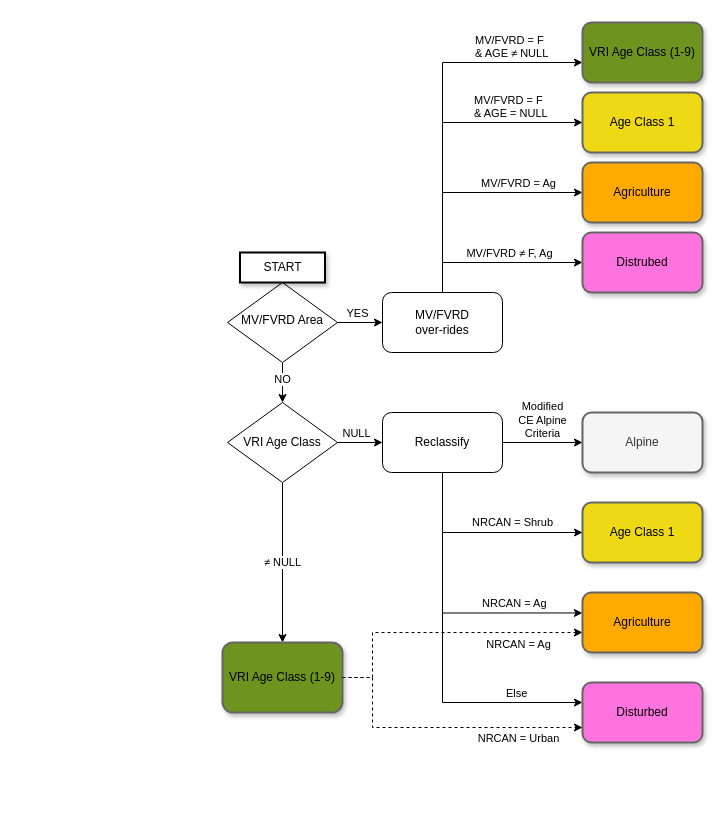
Above: ForMethods.drawio in rustyjux/rustyjux (draw.io), before the change. Source tidied: cells renumbered, new cells numbered last; positions are measured from the earlier drawing's top-left corner, leaving out a move shared by most shapes. Both pictures are drawn from the tidied source at 100%, with x=0, y=0 at pixel (222, 22).
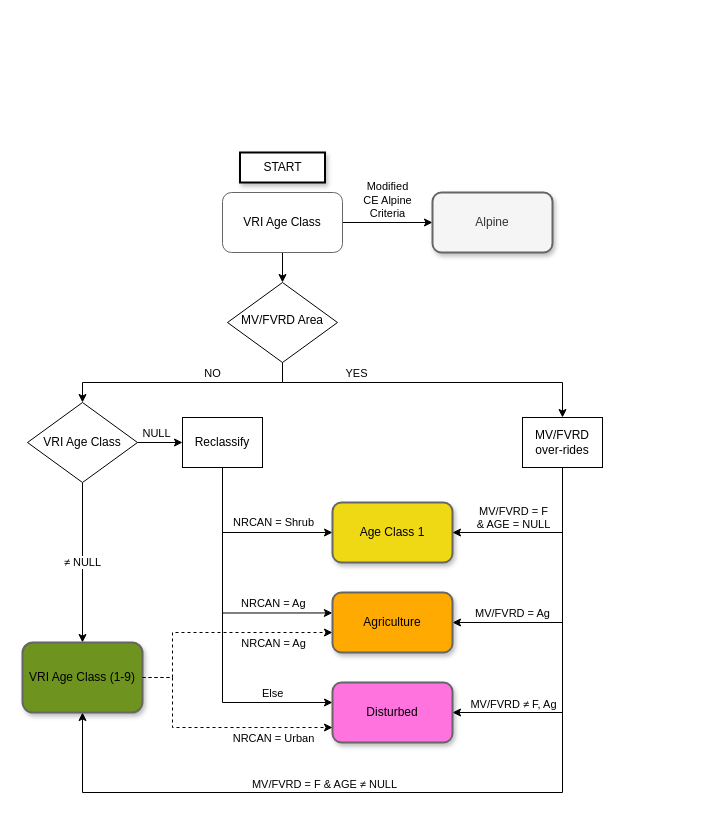
The same page after the edit.

Unchanged cells that the change refers to:
```xml
<mxCell id="17" value="MV/FVRD Area" style="rhombus;whiteSpace=wrap;html=1;shadow=0;fontFamily=Helvetica;fontSize=12;align=center;strokeWidth=1;spacing=6;spacingTop=-4;" parent="1" vertex="1">
  <mxGeometry x="5" y="260" width="110" height="80" as="geometry" />
</mxCell>
```

The edit, as a diff of the source:
```diff
@@
-    <mxCell id="2" value="Modified&lt;br&gt;CE Alpine&lt;br&gt;Criteria" style="edgeStyle=orthogonalEdgeStyle;rounded=0;jettySize=auto;html=1;verticalAlign=bottom;" parent="1" edge="1" source="6" target="7">
+    <mxCell id="2" value="Modified&lt;br&gt;CE Alpine&lt;br&gt;Criteria" style="edgeStyle=orthogonalEdgeStyle;rounded=0;jettySize=auto;html=1;verticalAlign=bottom;exitX=1;exitY=0.5;exitDx=0;exitDy=0;" parent="1" edge="1" source="36" target="7">
       <mxGeometry relative="1" as="geometry" />
     </mxCell>
     <mxCell id="3" value="NRCAN = Ag" style="edgeStyle=orthogonalEdgeStyle;rounded=0;jettySize=auto;html=1;labelPosition=right;verticalLabelPosition=top;align=left;verticalAlign=bottom;entryX=-0.001;entryY=0.341;entryDx=0;entryDy=0;entryPerimeter=0;" parent="1" edge="1" source="6" target="24">
       <mxGeometry x="0.28" relative="1" as="geometry">
         <Array as="points">
-          <mxPoint x="220" y="590" />
-          <mxPoint x="360" y="590" />
+          <mxPoint y="591" />
         </Array>
       </mxGeometry>
     </mxCell>
     <mxCell id="4" value="NRCAN = Shrub" style="edgeStyle=orthogonalEdgeStyle;rounded=0;jettySize=auto;html=1;" parent="1" edge="1" source="6" target="8">
-      <mxGeometry x="0.3" y="10" relative="1" as="geometry">
+      <mxGeometry x="0.33" y="10" relative="1" as="geometry">
         <Array as="points">
-          <mxPoint x="220" y="510" />
+          <mxPoint y="510" />
         </Array>
       </mxGeometry>
     </mxCell>
     <mxCell id="5" value="Else" style="edgeStyle=orthogonalEdgeStyle;rounded=0;jettySize=auto;html=1;labelPosition=right;verticalLabelPosition=top;align=left;verticalAlign=bottom;" parent="1" edge="1" source="6" target="25">
       <mxGeometry x="0.58" relative="1" as="geometry">
         <Array as="points">
-          <mxPoint x="220" y="680" />
+          <mxPoint y="680" />
         </Array>
       </mxGeometry>
     </mxCell>
-    <mxCell id="6" value="Reclassify" style="whiteSpace=wrap;html=1;rounded=1;" parent="1" vertex="1">
-      <mxGeometry x="160" y="390" width="120" height="60" as="geometry" />
+    <mxCell id="6" value="Reclassify" style="whiteSpace=wrap;html=1;rounded=0;" parent="1" vertex="1">
+      <mxGeometry x="-40" y="395" width="80" height="50" as="geometry" />
     </mxCell>
     <mxCell id="7" value="Alpine" style="whiteSpace=wrap;html=1;rounded=1;fillColor=#f5f5f5;fontColor=#333333;strokeColor=#666666;shadow=1;strokeWidth=2;" parent="1" vertex="1">
-      <mxGeometry x="360" y="390" width="120" height="60" as="geometry" />
+      <mxGeometry x="210" y="170" width="120" height="60" as="geometry" />
     </mxCell>
     <mxCell id="8" value="Age Class 1" style="whiteSpace=wrap;html=1;rounded=1;fillColor=#efd915;strokeColor=#666666;shadow=1;strokeWidth=2;" parent="1" vertex="1">
-      <mxGeometry x="360" y="480" width="120" height="60" as="geometry" />
+      <mxGeometry x="110" y="480" width="120" height="60" as="geometry" />
     </mxCell>
+    <mxCell id="32" style="edgeStyle=orthogonalEdgeStyle;rounded=0;jettySize=auto;html=1;exitX=0.5;exitY=1;exitDx=0;exitDy=0;entryX=1;entryY=0.5;entryDx=0;entryDy=0;" parent="1" edge="1" source="12" target="25">
+      <mxGeometry relative="1" as="geometry">
+        <Array as="points">
+          <mxPoint x="340" y="445" />
+          <mxPoint x="340" y="690" />
+        </Array>
+      </mxGeometry>
+    </mxCell>
+    <mxCell id="11" value="MV/FVRD&amp;nbsp;&lt;span style=&quot;text-align: left;&quot;&gt;≠&lt;/span&gt;&amp;nbsp;F, Ag" style="edgeLabel;html=1;align=center;verticalAlign=bottom;" parent="32" vertex="1">
+      <mxGeometry x="-0.16" relative="1" as="geometry">
+        <mxPoint x="-50" y="96" as="offset" />
+      </mxGeometry>
+    </mxCell>
-    <mxCell id="9" value="MV/FVRD = Ag" style="edgeStyle=orthogonalEdgeStyle;rounded=0;jettySize=auto;html=1;verticalAlign=bottom;labelPosition=right;verticalLabelPosition=top;align=left;" parent="1" edge="1" source="12" target="13">
-      <mxGeometry x="0.14" relative="1" as="geometry">
+    <mxCell id="9" value="&lt;span style=&quot;color: rgb(0, 0, 0); font-family: Helvetica; font-size: 11px; font-style: normal; font-variant-ligatures: normal; font-variant-caps: normal; font-weight: 400; letter-spacing: normal; orphans: 2; text-align: left; text-indent: 0px; text-transform: none; widows: 2; word-spacing: 0px; -webkit-text-stroke-width: 0px; background-color: rgb(255, 255, 255); text-decoration-thickness: initial; text-decoration-style: initial; text-decoration-color: initial; float: none; display: inline !important;&quot;&gt;MV/FVRD = Ag&lt;/span&gt;" style="edgeStyle=orthogonalEdgeStyle;rounded=0;jettySize=auto;html=1;entryX=1;entryY=0.5;entryDx=0;entryDy=0;verticalAlign=bottom;" parent="1" edge="1" source="12" target="24">
+      <mxGeometry x="0.55" relative="1" as="geometry">
         <Array as="points">
-          <mxPoint x="220" y="170" />
+          <mxPoint x="340" y="600" />
         </Array>
       </mxGeometry>
     </mxCell>
+    <mxCell id="33" style="edgeStyle=orthogonalEdgeStyle;rounded=0;jettySize=auto;html=1;exitX=0.5;exitY=1;exitDx=0;exitDy=0;entryX=1;entryY=0.5;entryDx=0;entryDy=0;" parent="1" edge="1" source="12" target="8">
+      <mxGeometry relative="1" as="geometry" />
+    </mxCell>
+    <mxCell id="26" value="&lt;span style=&quot;text-align: left;&quot;&gt;MV/FVRD = F&lt;/span&gt;&lt;br style=&quot;text-align: left;&quot;&gt;&lt;span style=&quot;text-align: left;&quot;&gt;&amp;amp; AGE = NULL&lt;/span&gt;" style="edgeLabel;html=1;align=center;verticalAlign=bottom;" parent="33" vertex="1">
+      <mxGeometry x="0.07" y="1" relative="1" as="geometry">
+        <mxPoint x="-21" y="-1" as="offset" />
+      </mxGeometry>
+    </mxCell>
+    <mxCell id="34" style="edgeStyle=orthogonalEdgeStyle;rounded=0;jettySize=auto;html=1;entryX=0.5;entryY=1;entryDx=0;entryDy=0;" parent="1" edge="1" source="12" target="23">
+      <mxGeometry relative="1" as="geometry">
+        <Array as="points">
+          <mxPoint x="340" y="770" />
+          <mxPoint x="-140" y="770" />
+        </Array>
+      </mxGeometry>
+    </mxCell>
-    <mxCell id="10" value="MV/FVRD = F&lt;br&gt;&amp;amp; AGE ≠ NULL" style="edgeStyle=orthogonalEdgeStyle;rounded=0;jettySize=auto;html=1;verticalAlign=bottom;labelPosition=right;verticalLabelPosition=top;align=left;" parent="1" edge="1" source="12" target="14">
-      <mxGeometry x="0.41" relative="1" as="geometry">
-        <Array as="points">
-          <mxPoint x="220" y="40" />
-        </Array>
+    <mxCell id="10" value="&lt;span style=&quot;text-align: left;&quot;&gt;MV/FVRD = F&amp;nbsp;&lt;/span&gt;&lt;span style=&quot;text-align: left;&quot;&gt;&amp;amp; AGE ≠ NULL&lt;/span&gt;" style="edgeLabel;html=1;align=center;verticalAlign=bottom;" parent="34" vertex="1">
+      <mxGeometry x="0.32" relative="1" as="geometry">
+        <mxPoint x="20" as="offset" />
       </mxGeometry>
     </mxCell>
-    <mxCell id="11" value="MV/FVRD&amp;nbsp;&lt;span style=&quot;text-align: left;&quot;&gt;≠&lt;/span&gt;&amp;nbsp;F, Ag" style="edgeStyle=orthogonalEdgeStyle;rounded=0;jettySize=auto;html=1;verticalAlign=bottom;" parent="1" edge="1" source="12" target="28">
-      <mxGeometry x="0.14" relative="1" as="geometry">
-        <Array as="points">
-          <mxPoint x="220" y="240" />
-        </Array>
-      </mxGeometry>
-    </mxCell>
-    <mxCell id="12" value="MV/FVRD &lt;br&gt;over-rides" style="whiteSpace=wrap;html=1;rounded=1;" parent="1" vertex="1">
-      <mxGeometry x="160" y="270" width="120" height="60" as="geometry" />
+    <mxCell id="12" value="MV/FVRD &lt;br&gt;over-rides" style="whiteSpace=wrap;html=1;rounded=0;" parent="1" vertex="1">
+      <mxGeometry x="300" y="395" width="80" height="50" as="geometry" />
     </mxCell>
-    <mxCell id="13" value="Agriculture" style="whiteSpace=wrap;html=1;rounded=1;labelBackgroundColor=none;fillColor=#ffaa00;strokeColor=#666666;shadow=1;strokeWidth=2;" parent="1" vertex="1">
-      <mxGeometry x="360" y="140" width="120" height="60" as="geometry" />
-    </mxCell>
-    <mxCell id="14" value="VRI Age Class (1-9)" style="whiteSpace=wrap;html=1;rounded=1;fillColor=#6e931e;strokeColor=#666666;shadow=1;strokeWidth=2;" parent="1" vertex="1">
-      <mxGeometry x="360" width="120" height="60" as="geometry" />
-    </mxCell>
-    <mxCell id="15" value="NO" style="edgeStyle=orthogonalEdgeStyle;rounded=0;jettySize=auto;html=1;" parent="1" edge="1" source="17" target="20">
-      <mxGeometry x="-0.15" relative="1" as="geometry">
+    <mxCell id="15" value="NO" style="edgeStyle=orthogonalEdgeStyle;rounded=0;jettySize=auto;html=1;verticalAlign=bottom;" parent="1" edge="1" source="17" target="20">
+      <mxGeometry x="-0.25" relative="1" as="geometry">
         <Array as="points">
           <mxPoint x="60" y="360" />
-          <mxPoint x="60" y="360" />
+          <mxPoint x="-140" y="360" />
         </Array>
       </mxGeometry>
     </mxCell>
-    <mxCell id="16" value="YES" style="edgeStyle=orthogonalEdgeStyle;rounded=0;jettySize=auto;html=1;verticalAlign=bottom;" parent="1" edge="1" source="17">
-      <mxGeometry x="-0.14" relative="1" as="geometry">
-        <mxPoint x="160" y="300" as="targetPoint" />
+    <mxCell id="16" value="YES" style="edgeStyle=orthogonalEdgeStyle;rounded=0;jettySize=auto;html=1;verticalAlign=bottom;entryX=0.5;entryY=0;entryDx=0;entryDy=0;" parent="1" edge="1" source="17" target="12">
+      <mxGeometry x="-0.44" relative="1" as="geometry">
+        <Array as="points">
+          <mxPoint x="60" y="360" />
+          <mxPoint x="340" y="360" />
+        </Array>
       </mxGeometry>
     </mxCell>
@@
     <mxCell id="20" value="VRI Age Class" style="rhombus;whiteSpace=wrap;html=1;labelBackgroundColor=none;" parent="1" vertex="1">
-      <mxGeometry x="5" y="380" width="110" height="80" as="geometry" />
+      <mxGeometry x="-195" y="380" width="110" height="80" as="geometry" />
     </mxCell>
     <mxCell id="21" style="edgeStyle=orthogonalEdgeStyle;rounded=0;jettySize=auto;html=1;entryX=0;entryY=0.667;entryDx=0;entryDy=0;entryPerimeter=0;strokeColor=#000000;exitX=1;exitY=0.5;exitDx=0;exitDy=0;dashed=1;" parent="1" edge="1" source="23" target="24">
       <mxGeometry relative="1" as="geometry">
         <Array as="points">
-          <mxPoint x="150" y="655" />
-          <mxPoint x="150" y="610" />
+          <mxPoint x="-50" y="655" />
+          <mxPoint x="-50" y="610" />
         </Array>
       </mxGeometry>
     </mxCell>
     <mxCell id="22" value="&lt;span style=&quot;text-align: left;&quot;&gt;NRCAN = Ag&lt;/span&gt;" style="edgeLabel;html=1;align=center;verticalAlign=middle;" parent="21" vertex="1">
       <mxGeometry x="0.26" y="1" relative="1" as="geometry">
-        <mxPoint x="40" y="12" as="offset" />
+        <mxPoint x="27" y="11" as="offset" />
       </mxGeometry>
     </mxCell>
     <mxCell id="23" value="VRI Age Class (1-9)" style="whiteSpace=wrap;html=1;rounded=1;fillColor=#6e931e;strokeColor=#666666;shadow=1;strokeWidth=2;" parent="1" vertex="1">
-      <mxGeometry y="620" width="120" height="70" as="geometry" />
+      <mxGeometry x="-200" y="620" width="120" height="70" as="geometry" />
     </mxCell>
     <mxCell id="24" value="Agriculture" style="whiteSpace=wrap;html=1;rounded=1;labelBackgroundColor=none;fillColor=#ffaa00;strokeColor=#666666;shadow=1;strokeWidth=2;" parent="1" vertex="1">
-      <mxGeometry x="360" y="570" width="120" height="60" as="geometry" />
+      <mxGeometry x="110" y="570" width="120" height="60" as="geometry" />
     </mxCell>
     <mxCell id="25" value="Disturbed" style="whiteSpace=wrap;html=1;rounded=1;fillColor=#ff73df;strokeColor=#666666;fontColor=#000000;shadow=1;strokeWidth=2;" parent="1" vertex="1">
-      <mxGeometry x="360" y="660" width="120" height="60" as="geometry" />
+      <mxGeometry x="110" y="660" width="120" height="60" as="geometry" />
     </mxCell>
-    <mxCell id="26" value="MV/FVRD = F&lt;br&gt;&amp;amp; AGE = NULL" style="edgeStyle=orthogonalEdgeStyle;rounded=0;jettySize=auto;html=1;verticalAlign=bottom;labelPosition=right;verticalLabelPosition=top;align=left;" parent="1" edge="1" target="27">
-      <mxGeometry x="0.29" relative="1" as="geometry">
-        <mxPoint x="220" y="270" as="sourcePoint" />
-        <Array as="points">
-          <mxPoint x="220" y="100" />
-        </Array>
-      </mxGeometry>
-    </mxCell>
-    <mxCell id="27" value="Age Class 1" style="whiteSpace=wrap;html=1;rounded=1;fillColor=#efd915;strokeColor=#666666;shadow=1;strokeWidth=2;" parent="1" vertex="1">
-      <mxGeometry x="360" y="70" width="120" height="60" as="geometry" />
-    </mxCell>
-    <mxCell id="28" value="Distrubed" style="whiteSpace=wrap;html=1;rounded=1;fillColor=#ff73df;strokeColor=#666666;fontColor=#000000;shadow=1;strokeWidth=2;" parent="1" vertex="1">
-      <mxGeometry x="360" y="210" width="120" height="60" as="geometry" />
-    </mxCell>
     <mxCell id="29" style="edgeStyle=orthogonalEdgeStyle;rounded=0;jettySize=auto;html=1;strokeColor=#000000;entryX=0;entryY=0.75;entryDx=0;entryDy=0;exitX=1;exitY=0.5;exitDx=0;exitDy=0;dashed=1;" parent="1" edge="1" source="23" target="25">
       <mxGeometry relative="1" as="geometry">
         <Array as="points">
-          <mxPoint x="150" y="655" />
-          <mxPoint x="150" y="705" />
+          <mxPoint x="-50" y="655" />
+          <mxPoint x="-50" y="705" />
         </Array>
       </mxGeometry>
     </mxCell>
     <mxCell id="30" value="NRCAN = Urban" style="edgeLabel;html=1;align=center;verticalAlign=middle;" parent="29" vertex="1">
       <mxGeometry x="0.61" y="2" relative="1" as="geometry">
-        <mxPoint x="-8" y="12" as="offset" />
+        <mxPoint x="-13" y="12" as="offset" />
       </mxGeometry>
     </mxCell>
     <mxCell id="31" value="START" style="rounded=0;whiteSpace=wrap;html=1;shadow=1;strokeWidth=2;" parent="1" vertex="1">
-      <mxGeometry x="17.5" y="230" width="85" height="30" as="geometry" />
+      <mxGeometry x="17.5" y="130" width="85" height="30" as="geometry" />
     </mxCell>
+    <mxCell id="35" style="edgeStyle=orthogonalEdgeStyle;rounded=0;jettySize=auto;html=1;" parent="1" edge="1" source="36" target="17">
+      <mxGeometry relative="1" as="geometry" />
+    </mxCell>
+    <mxCell id="36" value="VRI Age Class" style="whiteSpace=wrap;html=1;rounded=1;fillColor=#FFFFFF;strokeColor=#666666;shadow=0;strokeWidth=1;" parent="1" vertex="1">
+      <mxGeometry y="170" width="120" height="60" as="geometry" />
+    </mxCell>
```
